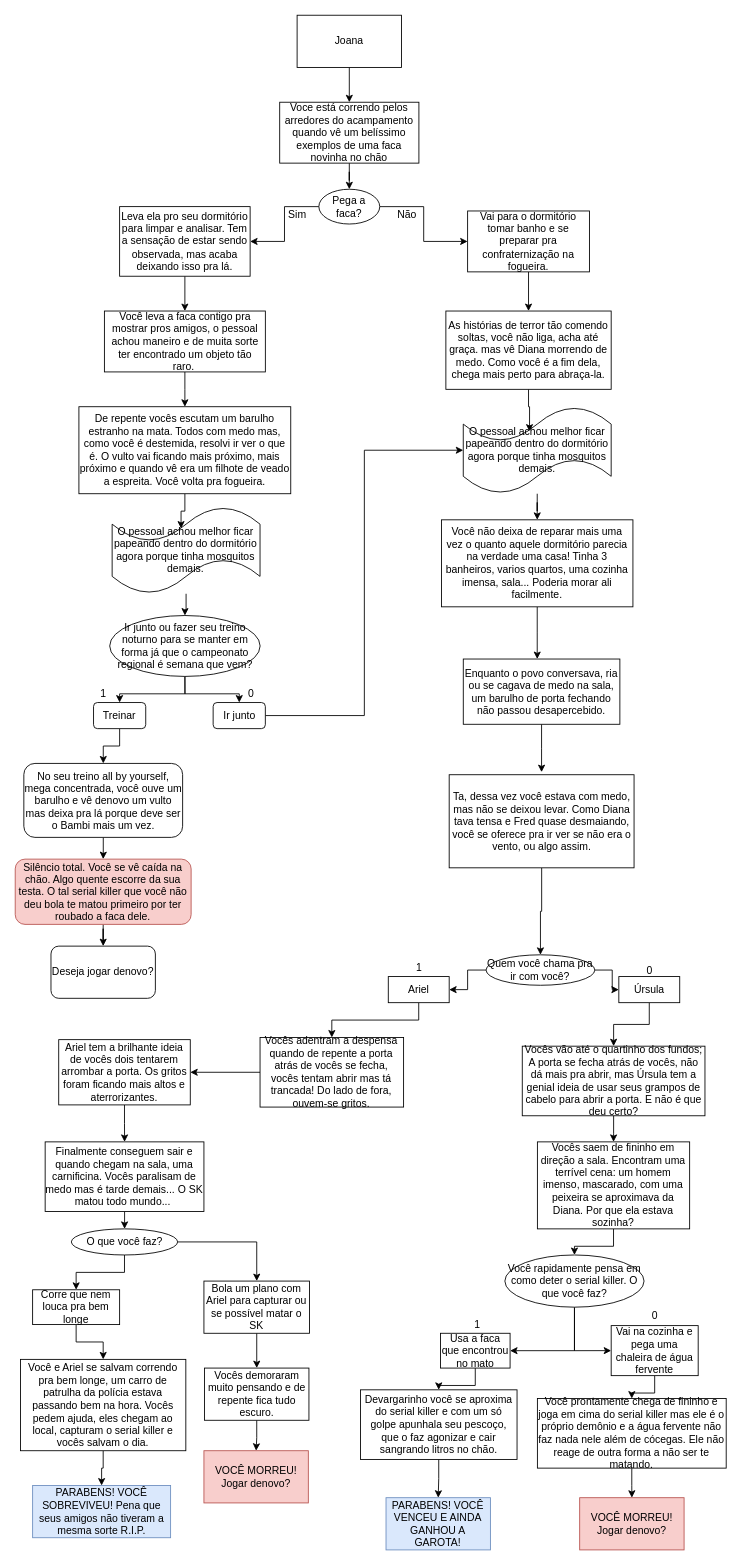
This is diagramaJogoResilia.drawio from giuliabriao/jogo-resilia-beta, a draw.io file, before an edit. Source tidied: cells renumbered, new cells numbered last; positions are measured from the earlier drawing's top-left corner, leaving out a move shared by most shapes. Both pictures are drawn from the tidied source at 87%, with x=0, y=0 at pixel (15, 15).
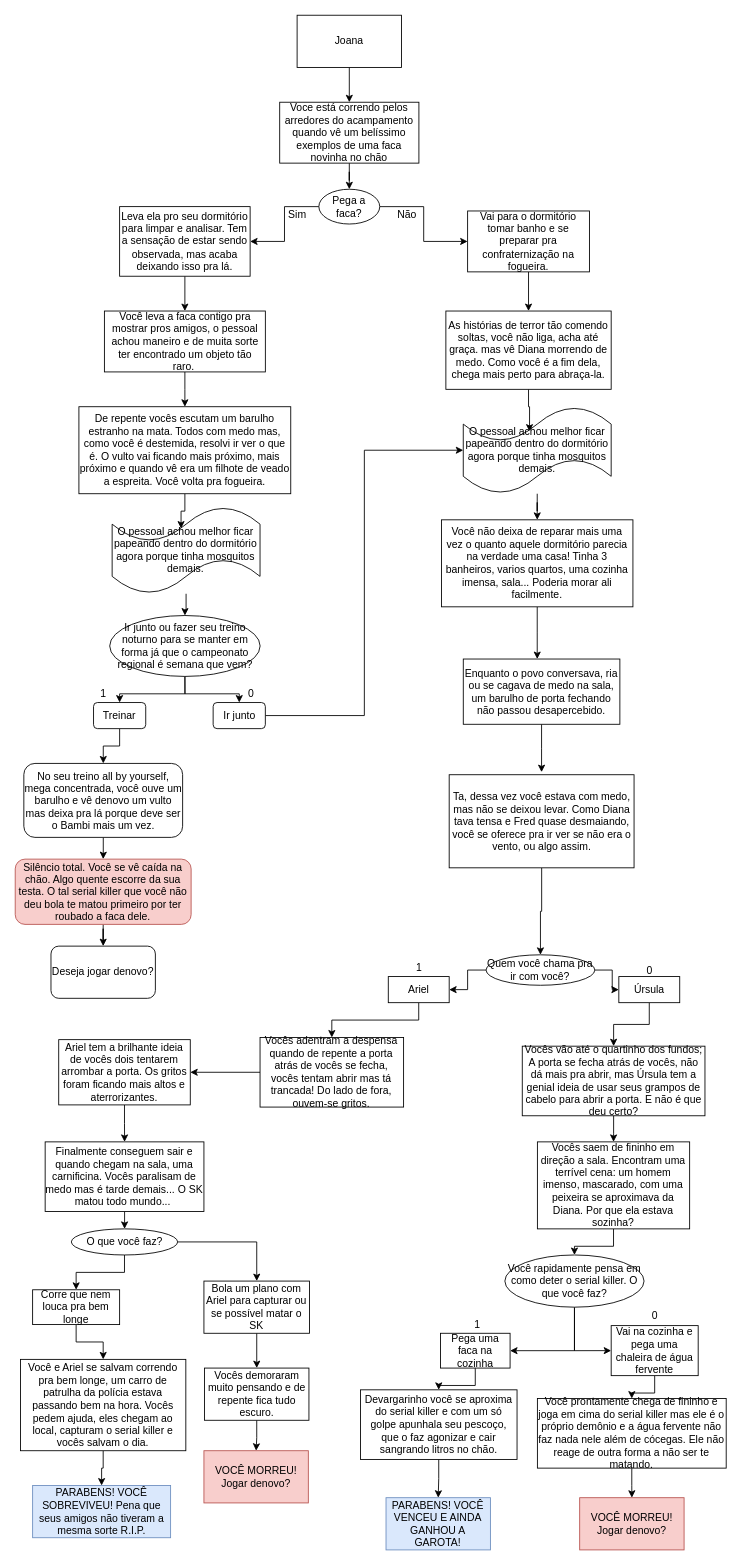
After the change.

Change to the diagram source:
```diff
@@
-    <mxCell id="54" value="Usa a faca que encontrou no mato" style="rounded=0;whiteSpace=wrap;html=1;" parent="1" vertex="1">
+    <mxCell id="54" value="Pega uma faca na cozinha" style="rounded=0;whiteSpace=wrap;html=1;" parent="1" vertex="1">
       <mxGeometry x="488.8" y="1515" width="80" height="40" as="geometry" />
     </mxCell>
```
